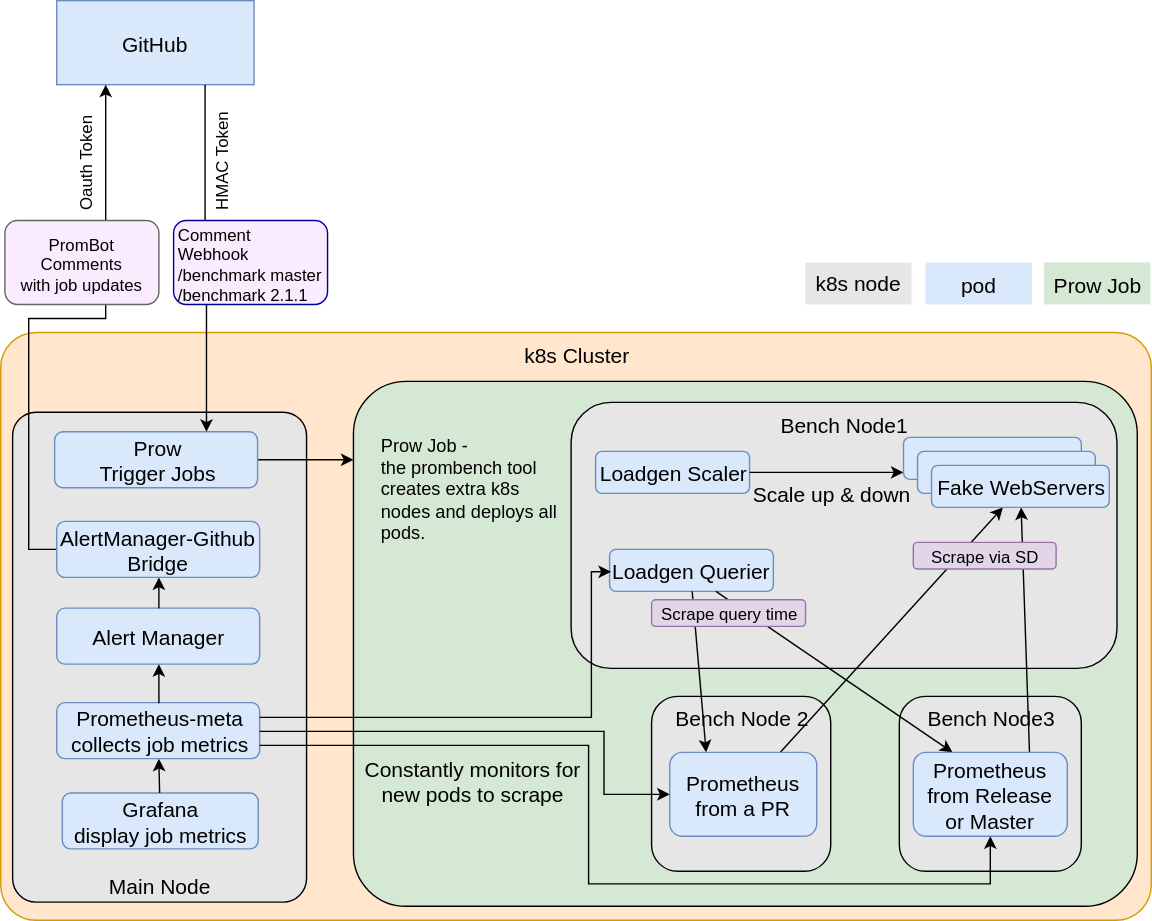
prometheus/test-infra keeps this draw.io diagram as design.svg. Above is the earlier version. Source tidied: cells renumbered, new cells last; positions are measured from the earlier drawing's top-left corner, leaving out a move shared by most shapes.
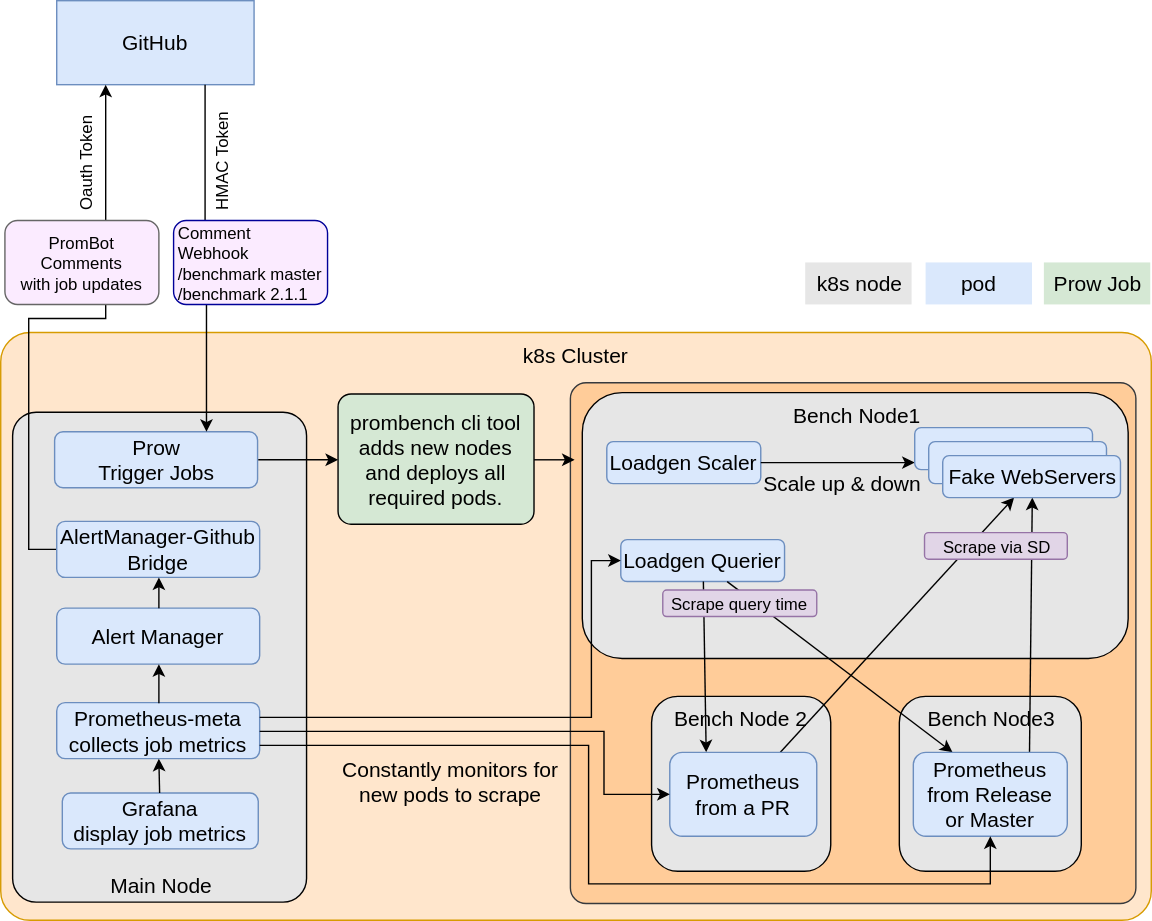
Above is the later version.

The edit, as a diff of the source:
```diff
@@ -1,10 +1,13 @@
-<mxGraphModel>
+<mxGraphModel background="#ffffff">
   <root>
     <mxCell id="0" />
     <mxCell id="1" parent="0" />
-    <mxCell id="2" value="&lt;span&gt;&lt;font style=&quot;font-size: 15px&quot;&gt;k8s Cluster&lt;/font&gt;&lt;/span&gt;" style="rounded=1;whiteSpace=wrap;html=1;fontSize=10;fontColor=#000000;fillColor=#ffe6cc;strokeColor=#d79b00;verticalAlign=top;arcSize=6;" parent="1" vertex="1">
+    <mxCell id="2" value="&lt;span&gt;&lt;font style=&quot;font-size: 15px&quot;&gt;k8s Cluster&lt;/font&gt;&lt;/span&gt;" style="rounded=1;whiteSpace=wrap;html=1;fontSize=10;fontColor=#000000;fillColor=#ffe6cc;strokeColor=#d79b00;verticalAlign=top;arcSize=5;" parent="1" vertex="1">
       <mxGeometry y="237" width="822" height="420" as="geometry" />
     </mxCell>
+    <mxCell id="48" style="rounded=1;whiteSpace=wrap;html=1;glass=0;labelBackgroundColor=none;strokeColor=#36393d;fillColor=#ffcc99;fontSize=15;fontColor=#000000;arcSize=3;" parent="1" vertex="1">
+      <mxGeometry x="407" y="273" width="404" height="372" as="geometry" />
+    </mxCell>
     <mxCell id="3" value="GitHub" style="rounded=0;whiteSpace=wrap;html=1;fontSize=15;fontColor=#000000;fillColor=#dae8fc;strokeColor=#6c8ebf;" parent="1" vertex="1">
       <mxGeometry x="40" width="141" height="60" as="geometry" />
     </mxCell>
@@ -68,8 +71,8 @@
     <mxCell id="21" style="endArrow=classic;html=1;labelBackgroundColor=#ffffff;fontSize=12;fontColor=#000000;entryX=0.5;entryY=1;exitX=0.5;exitY=0;" parent="1" edge="1" source="18" target="19">
       <mxGeometry relative="1" as="geometry" />
     </mxCell>
-    <mxCell id="22" style="rounded=1;whiteSpace=wrap;html=1;glass=0;labelBackgroundColor=none;fillColor=#d5e8d4;fontSize=15;fontColor=#000000;strokeColor=#000000;arcSize=10;" parent="1" vertex="1">
-      <mxGeometry x="252" y="272" width="560" height="375" as="geometry" />
+    <mxCell id="22" value="&lt;div&gt;&lt;span&gt;prombench cli tool&lt;/span&gt;&lt;br&gt;&lt;/div&gt;&lt;div&gt;adds new nodes and deploys all required pods.&lt;/div&gt;" style="rounded=1;whiteSpace=wrap;html=1;glass=0;labelBackgroundColor=none;fillColor=#d5e8d4;fontSize=15;fontColor=#000000;strokeColor=#000000;arcSize=10;" parent="1" vertex="1">
+      <mxGeometry x="241" y="281" width="140" height="93" as="geometry" />
     </mxCell>
     <mxCell id="23" value="Bench Node3&lt;br&gt;&lt;br&gt;&lt;br&gt;" style="rounded=1;whiteSpace=wrap;html=1;fontSize=15;fontColor=#000000;verticalAlign=top;fillColor=#E6E6E6;" parent="1" vertex="1">
       <mxGeometry x="642" y="497" width="130" height="125" as="geometry" />
@@ -78,21 +81,21 @@
       <mxGeometry x="465" y="497" width="128" height="125" as="geometry" />
     </mxCell>
     <mxCell id="25" value="&lt;span&gt;Bench Node1&lt;/span&gt;" style="rounded=1;whiteSpace=wrap;html=1;fontSize=15;fontColor=#000000;verticalAlign=top;glass=0;fillColor=#E6E6E6;" parent="1" vertex="1">
-      <mxGeometry x="407.5" y="287" width="390" height="190" as="geometry" />
+      <mxGeometry x="415.5" y="280" width="390" height="190" as="geometry" />
     </mxCell>
     <mxCell id="26" value="Loadgen Scaler" style="rounded=1;whiteSpace=wrap;html=1;fontSize=15;fontColor=#000000;fillColor=#dae8fc;strokeColor=#6c8ebf;" parent="1" vertex="1">
-      <mxGeometry x="425" y="322" width="110" height="30" as="geometry" />
+      <mxGeometry x="433" y="315" width="110" height="30" as="geometry" />
     </mxCell>
     <mxCell id="27" value="Loadgen Querier" style="rounded=1;whiteSpace=wrap;html=1;fontSize=15;fontColor=#000000;fillColor=#dae8fc;strokeColor=#6c8ebf;" parent="1" vertex="1">
-      <mxGeometry x="435" y="392" width="117" height="30" as="geometry" />
+      <mxGeometry x="443" y="385" width="117" height="30" as="geometry" />
     </mxCell>
     <mxCell id="28" style="endArrow=classic;html=1;labelBackgroundColor=#ffffff;fontSize=15;fontColor=#000000;exitX=1;exitY=0.5;" parent="1" edge="1" source="26">
       <mxGeometry relative="1" as="geometry">
-        <mxPoint x="645" y="337" as="targetPoint" />
+        <mxPoint x="653" y="330" as="targetPoint" />
       </mxGeometry>
     </mxCell>
     <mxCell id="29" value="Scale up &amp;amp; down" style="text;html=1;strokeColor=none;fillColor=none;align=center;verticalAlign=middle;whiteSpace=wrap;rounded=0;fontSize=15;fontColor=#000000;" parent="1" vertex="1">
-      <mxGeometry x="535" y="342" width="117" height="20" as="geometry" />
+      <mxGeometry x="543" y="335" width="117" height="20" as="geometry" />
     </mxCell>
     <mxCell id="30" style="endArrow=classic;html=1;labelBackgroundColor=#ffffff;fontSize=15;fontColor=#000000;exitX=0.5;exitY=1;entryX=0.25;entryY=0;" parent="1" edge="1" source="27" target="36">
       <mxGeometry relative="1" as="geometry" />
@@ -107,10 +110,10 @@
       <mxGeometry relative="1" as="geometry" />
     </mxCell>
     <mxCell id="34" value="&lt;span&gt;Scrape via SD&lt;/span&gt;" style="text;html=1;strokeColor=#9673a6;fillColor=#e1d5e7;align=center;verticalAlign=middle;whiteSpace=wrap;rounded=1;" parent="1" vertex="1">
-      <mxGeometry x="652" y="387" width="102" height="19" as="geometry" />
+      <mxGeometry x="660" y="380" width="102" height="19" as="geometry" />
     </mxCell>
     <mxCell id="35" value="&lt;span&gt;Scrape query time&lt;/span&gt;" style="rounded=1;whiteSpace=wrap;html=1;labelBackgroundColor=none;fillColor=#e1d5e7;strokeColor=#9673a6;verticalAlign=middle;" parent="1" vertex="1">
-      <mxGeometry x="465" y="428" width="110" height="19" as="geometry" />
+      <mxGeometry x="473" y="421" width="110" height="19" as="geometry" />
     </mxCell>
     <mxCell id="36" value="&lt;font color=&quot;#000000&quot;&gt;&lt;span&gt;Prometheus&lt;/span&gt;&lt;br&gt;&lt;span&gt;from a PR&lt;/span&gt;&lt;/font&gt;" style="rounded=1;whiteSpace=wrap;html=1;glass=0;labelBackgroundColor=none;fillColor=#dae8fc;fontSize=15;fontColor=#FFB570;strokeColor=#6c8ebf;" parent="1" vertex="1">
       <mxGeometry x="478" y="537" width="105" height="60" as="geometry" />
@@ -119,7 +122,7 @@
       <mxGeometry x="652" y="537" width="110" height="60" as="geometry" />
     </mxCell>
     <mxCell id="38" style="group;" parent="1" vertex="1">
-      <mxGeometry x="645" y="312" width="147" height="50" as="geometry" />
+      <mxGeometry x="653" y="305" width="147" height="50" as="geometry" />
     </mxCell>
     <mxCell id="39" style="rounded=1;whiteSpace=wrap;html=1;fontSize=15;fontColor=#000000;fillColor=#dae8fc;strokeColor=#6c8ebf;" parent="38" vertex="1">
       <mxGeometry width="127" height="30" as="geometry" />
@@ -130,12 +133,11 @@
     <mxCell id="41" value="Fake WebServers" style="rounded=1;whiteSpace=wrap;html=1;fontSize=15;fontColor=#000000;fillColor=#dae8fc;strokeColor=#6c8ebf;" parent="38" vertex="1">
       <mxGeometry x="20" y="20" width="127" height="30" as="geometry" />
     </mxCell>
-    <mxCell id="42" style="edgeStyle=orthogonalEdgeStyle;rounded=0;html=1;entryX=0;entryY=0.5;jettySize=auto;fontSize=15;exitX=1;exitY=0.25;" parent="1" edge="1" source="7">
+    <mxCell id="42" style="edgeStyle=orthogonalEdgeStyle;rounded=0;html=1;entryX=0;entryY=0.5;jettySize=auto;fontSize=15;exitX=1;exitY=0.25;" parent="1" edge="1" source="7" target="27">
       <mxGeometry relative="1" as="geometry">
-        <mxPoint x="436" y="408" as="targetPoint" />
         <Array as="points">
           <mxPoint x="422" y="512" />
-          <mxPoint x="422" y="408" />
+          <mxPoint x="422" y="400" />
         </Array>
       </mxGeometry>
     </mxCell>
@@ -148,7 +150,7 @@
       </mxGeometry>
     </mxCell>
     <mxCell id="44" value="&lt;font color=&quot;#000000&quot;&gt;Constantly monitors for new pods to scrape&lt;/font&gt;" style="text;html=1;strokeColor=none;fillColor=none;align=center;verticalAlign=middle;whiteSpace=wrap;rounded=0;glass=0;labelBackgroundColor=none;fontSize=15;fontColor=#FFB570;" parent="1" vertex="1">
-      <mxGeometry x="258" y="537.5" width="159" height="40" as="geometry" />
+      <mxGeometry x="242" y="537.5" width="159" height="40" as="geometry" />
     </mxCell>
     <mxCell id="45" style="edgeStyle=orthogonalEdgeStyle;rounded=0;html=1;exitX=1;exitY=0.75;entryX=0.5;entryY=1;jettySize=auto;fontSize=15;" parent="1" edge="1" source="7" target="37">
       <mxGeometry relative="1" as="geometry">
@@ -159,11 +161,11 @@
         </Array>
       </mxGeometry>
     </mxCell>
-    <mxCell id="46" value="&lt;div style=&quot;font-size: 13px&quot;&gt;&lt;span&gt;Prow Job -&amp;nbsp;&lt;/span&gt;&lt;/div&gt;&lt;div style=&quot;font-size: 13px&quot;&gt;&lt;span&gt;the prombench tool creates extra k8s nodes and&amp;nbsp;deploys all pods.&lt;/span&gt;&lt;br&gt;&lt;/div&gt;" style="rounded=0;whiteSpace=wrap;html=1;glass=0;labelBackgroundColor=none;strokeColor=none;fillColor=none;fontSize=15;fontColor=#000000;verticalAlign=middle;align=left;spacingLeft=6;" parent="1" vertex="1">
-      <mxGeometry x="263.5" y="299.5" width="140" height="97" as="geometry" />
-    </mxCell>
-    <mxCell id="47" style="endArrow=classic;html=1;fontSize=15;fontColor=#000000;exitX=1;exitY=0.5;entryX=0;entryY=0.15;entryPerimeter=0;" parent="1" edge="1" source="10" target="22">
+    <mxCell id="47" style="endArrow=classic;html=1;fontSize=15;fontColor=#000000;exitX=1;exitY=0.5;entryX=0;entryY=0.5;" parent="1" edge="1" source="10" target="22">
       <mxGeometry relative="1" as="geometry" />
     </mxCell>
+    <mxCell id="49" style="endArrow=classic;html=1;fontSize=15;fontColor=#000000;exitX=1;exitY=0.5;entryX=0.007;entryY=0.147;entryPerimeter=0;" parent="1" edge="1" source="22" target="48">
+      <mxGeometry relative="1" as="geometry" />
+    </mxCell>
   </root>
 </mxGraphModel>
```
